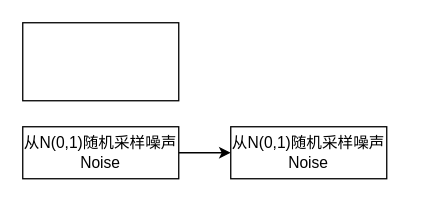
Before: LLM/VLA/smolVLA.drawio in mailonghua/drawio, a draw.io diagram. Source tidied: cells renumbered, new cells numbered last; positions are measured from the earlier drawing's top-left corner, leaving out a move shared by most shapes. Both pictures are drawn from the tidied source at 130%, with x=0, y=0 at pixel (22, 22).
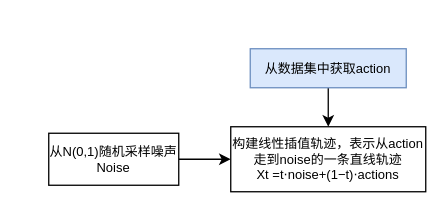
Above is the later version.

Diff of the diagram source:
```diff
@@
 <mxGraphModel>
   <root>
     <mxCell id="0" />
     <mxCell id="1" parent="0" />
-    <mxCell id="2" style="edgeStyle=orthogonalEdgeStyle;rounded=0;jettySize=auto;html=1;" parent="1" edge="1" source="3" target="4">
+    <mxCell id="2" style="edgeStyle=orthogonalEdgeStyle;rounded=0;jettySize=auto;html=1;fontSize=10;curved=1;" parent="1" edge="1" source="3" target="4">
       <mxGeometry relative="1" as="geometry" />
     </mxCell>
-    <mxCell id="3" value="从N(0,1)随机采样噪声&lt;div&gt;Noise&lt;/div&gt;" style="rounded=0;whiteSpace=wrap;html=1;" parent="1" vertex="1">
-      <mxGeometry y="80" width="120" height="40" as="geometry" />
+    <mxCell id="3" value="从N(0,1)随机采样噪声&lt;div&gt;Noise&lt;/div&gt;" style="rounded=0;whiteSpace=wrap;html=1;fontSize=10;" parent="1" vertex="1">
+      <mxGeometry x="20" y="85" width="100" height="40" as="geometry" />
     </mxCell>
-    <mxCell id="4" value="从N(0,1)随机采样噪声&lt;div&gt;Noise&lt;/div&gt;" style="rounded=0;whiteSpace=wrap;html=1;" parent="1" vertex="1">
-      <mxGeometry x="160" y="80" width="120" height="40" as="geometry" />
+    <mxCell id="4" value="&lt;div&gt;&lt;div&gt;&lt;span style=&quot;background-color: transparent; color: light-dark(rgb(0, 0, 0), rgb(255, 255, 255));&quot;&gt;构建线性插值轨迹，表示从action走到noise的一条直线轨迹&lt;br&gt;Xt&amp;nbsp;&lt;/span&gt;&lt;span style=&quot;background-color: transparent; color: light-dark(rgb(0, 0, 0), rgb(255, 255, 255));&quot;&gt;=t⋅noise+(1−t)⋅actions&lt;/span&gt;&lt;/div&gt;&lt;/div&gt;" style="rounded=0;whiteSpace=wrap;html=1;fontSize=10;" parent="1" vertex="1">
+      <mxGeometry x="160" y="80" width="150" height="50" as="geometry" />
     </mxCell>
+    <mxCell id="6" style="edgeStyle=orthogonalEdgeStyle;rounded=0;jettySize=auto;html=1;exitX=0.5;exitY=1;exitDx=0;exitDy=0;entryX=0.5;entryY=0;entryDx=0;entryDy=0;fontSize=10;curved=1;" parent="1" edge="1" source="5" target="4">
+      <mxGeometry relative="1" as="geometry" />
+    </mxCell>
-    <mxCell id="5" style="rounded=0;whiteSpace=wrap;html=1;" parent="1" vertex="1">
-      <mxGeometry width="120" height="60" as="geometry" />
+    <mxCell id="5" value="从数据集中获取action" style="rounded=0;whiteSpace=wrap;html=1;fontSize=10;fillColor=#dae8fc;strokeColor=#6c8ebf;" parent="1" vertex="1">
+      <mxGeometry x="175" y="20" width="120" height="30" as="geometry" />
     </mxCell>
   </root>
 </mxGraphModel>
```
